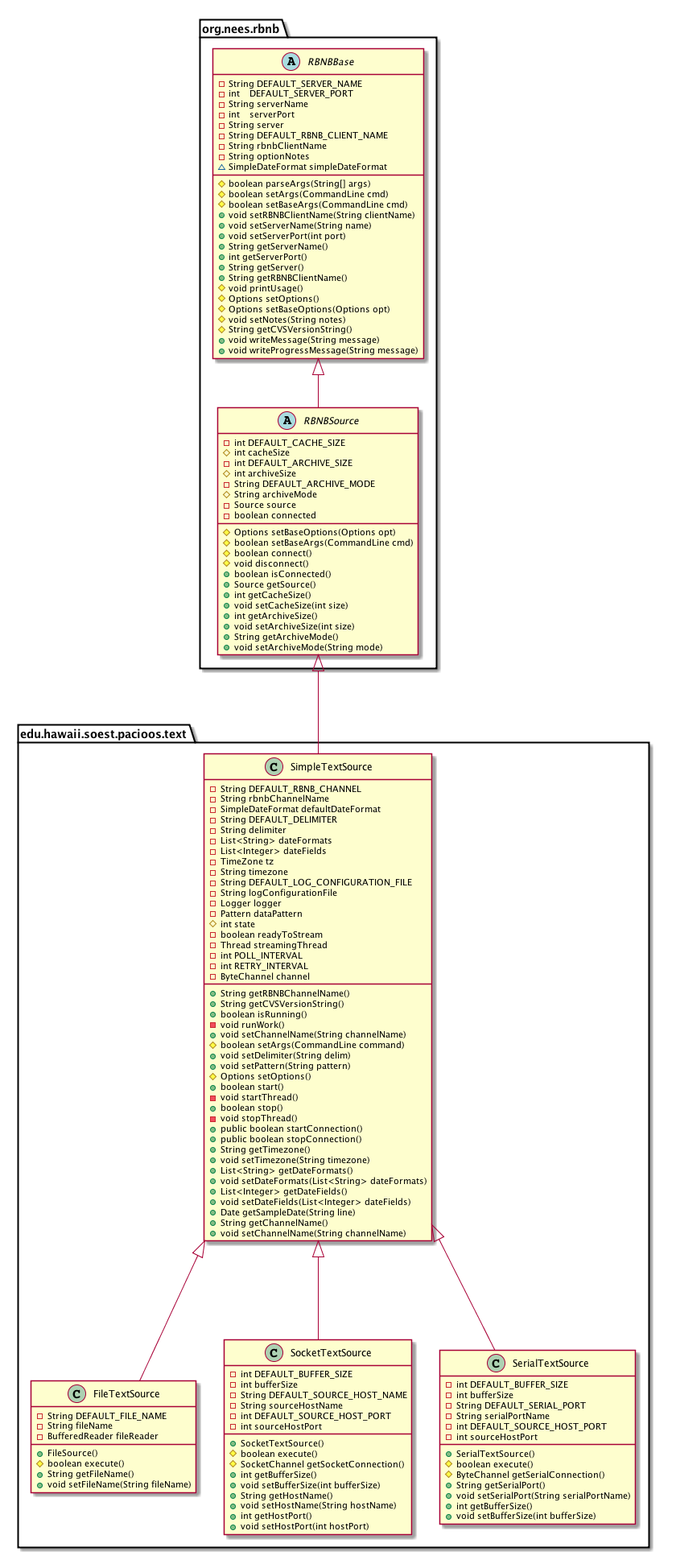
Earlier version of the PlantUML export docs/dev/design/rbnb-drivers-class-diagram.png (csjx/realtime-data).
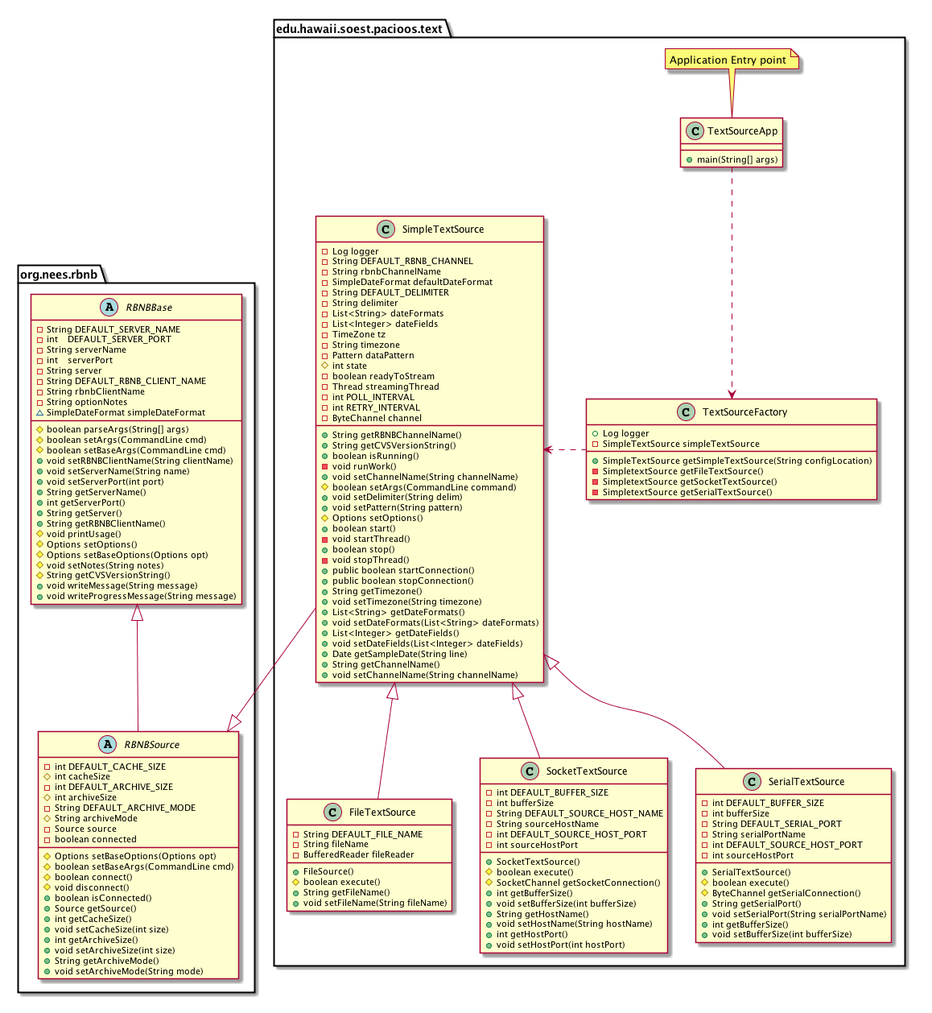
Above is the later version.

What changed in the source:
```diff
@@ -1,5 +1,6 @@
 @startuml
-
+skinparam layout twopi
+skinparam linetype ortho
 package org.nees.rbnb {
 
   abstract class RBNBBase {
@@ -65,7 +66,28 @@
 
 package edu.hawaii.soest.pacioos.text {
 
+  class TextSourceApp {
+    +main(String[] args)
+
+  }
+
+  note top of TextSourceApp
+      Application Entry point
+  end note
+
+  class TextSourceFactory {
+    +Log logger
+    -SimpleTextSource simpleTextSource
+    +SimpleTextSource getSimpleTextSource(String configLocation)
+    -SimpletextSource getFileTextSource()
+    -SimpletextSource getSocketTextSource()
+    -SimpletextSource getSerialTextSource()
+  }
+
+  TextSourceApp .d.> TextSourceFactory
+
   class SimpleTextSource {
+    -Log logger
     -String DEFAULT_RBNB_CHANNEL
     -String rbnbChannelName
     -SimpleDateFormat defaultDateFormat
@@ -75,9 +97,6 @@
     -List<Integer> dateFields
     -TimeZone tz
     -String timezone
-    -String DEFAULT_LOG_CONFIGURATION_FILE
-    -String logConfigurationFile
-    -Logger logger
     -Pattern dataPattern
     #int state
     -boolean readyToStream
@@ -159,10 +178,11 @@
   }
 
 
-RBNBSource <|--- SimpleTextSource
-SimpleTextSource <|--- FileTextSource
-SimpleTextSource <|--- SocketTextSource
-SimpleTextSource <|--- SerialTextSource
+SimpleTextSource -r|> RBNBSource
+TextSourceFactory .l> SimpleTextSource
+SimpleTextSource <|-- FileTextSource
+SimpleTextSource <|-- SocketTextSource
+SimpleTextSource <|-- SerialTextSource
 
 }
 
```
